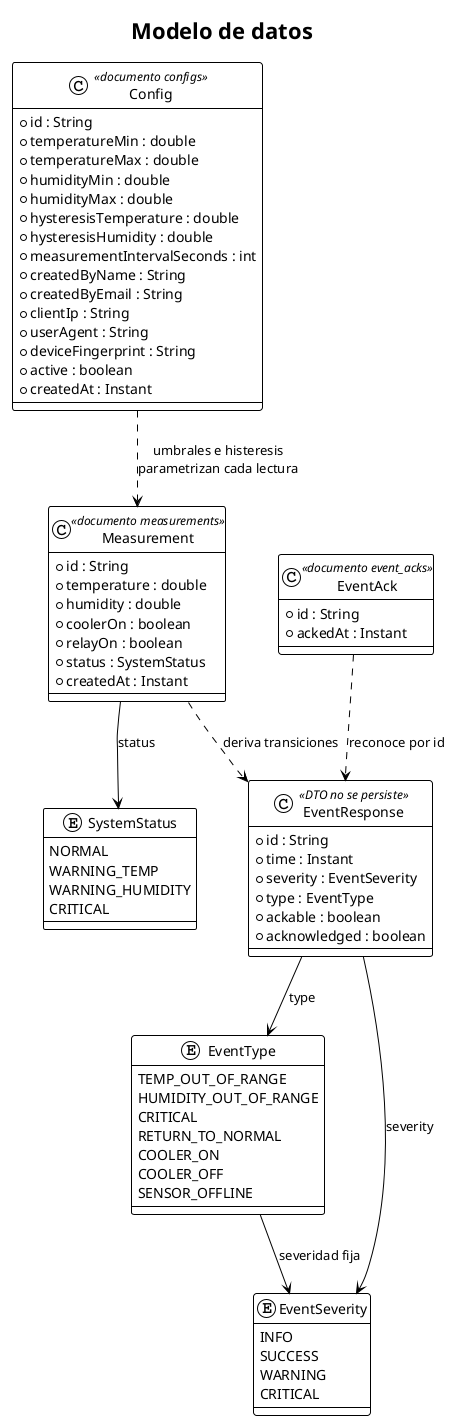
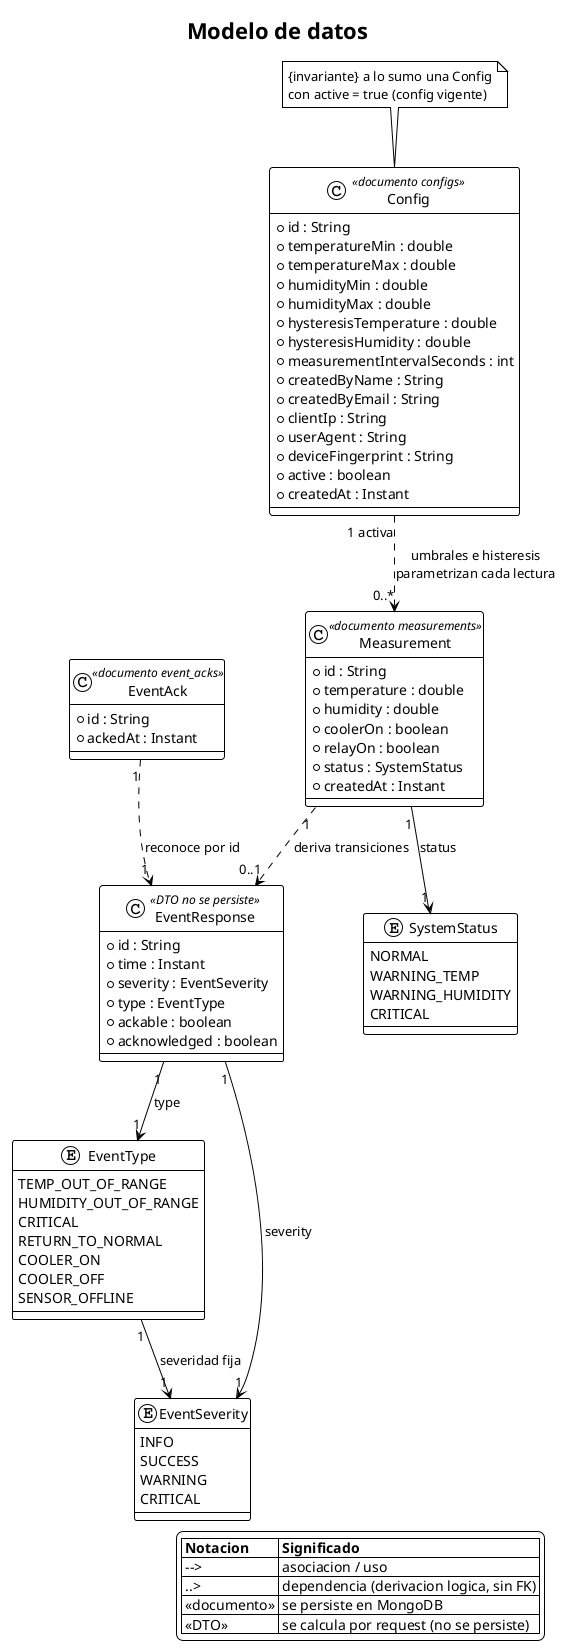
@startuml class_model
!theme plain
skinparam backgroundColor #FFFFFF
skinparam shadowing false
' Diagrama de clases (UML) — modelo de datos: documentos persistidos, DTO derivado y enums.
title Modelo de datos

class Config <<documento configs>> {
  +id : String
  +temperatureMin : double
  +temperatureMax : double
  +humidityMin : double
  +humidityMax : double
  +hysteresisTemperature : double
  +hysteresisHumidity : double
  +measurementIntervalSeconds : int
  +createdByName : String
  +createdByEmail : String
  +clientIp : String
  +userAgent : String
  +deviceFingerprint : String
  +active : boolean
  +createdAt : Instant
}

class Measurement <<documento measurements>> {
  +id : String
  +temperature : double
  +humidity : double
  +coolerOn : boolean
  +relayOn : boolean
  +status : SystemStatus
  +createdAt : Instant
}

class EventAck <<documento event_acks>> {
  +id : String
  +ackedAt : Instant
}

class EventResponse <<DTO no se persiste>> {
  +id : String
  +time : Instant
  +severity : EventSeverity
  +type : EventType
  +ackable : boolean
  +acknowledged : boolean
}

enum SystemStatus {
  NORMAL
  WARNING_TEMP
  WARNING_HUMIDITY
  CRITICAL
}

enum EventType {
  TEMP_OUT_OF_RANGE
  HUMIDITY_OUT_OF_RANGE
  CRITICAL
  RETURN_TO_NORMAL
  COOLER_ON
  COOLER_OFF
  SENSOR_OFFLINE
}

enum EventSeverity {
  INFO
  SUCCESS
  WARNING
  CRITICAL
}

- Config ..> Measurement : umbrales e histeresis\nparametrizan cada lectura
- Measurement --> SystemStatus : status
- Measurement ..> EventResponse : deriva transiciones
- EventAck ..> EventResponse : reconoce por id
- EventResponse --> EventType : type
- EventResponse --> EventSeverity : severity
- EventType --> EventSeverity : severidad fija
+ Config "1 activa" ..> "0..*" Measurement : umbrales e histeresis\nparametrizan cada lectura
+ Measurement "1" --> "1" SystemStatus : status
+ Measurement "1" ..> "0..1" EventResponse : deriva transiciones
+ EventAck "1" ..> "1" EventResponse : reconoce por id
+ EventResponse "1" --> "1" EventType : type
+ EventResponse "1" --> "1" EventSeverity : severity
+ EventType "1" --> "1" EventSeverity : severidad fija
+ 
+ note top of Config
+   {invariante} a lo sumo una Config
+   con active = true (config vigente)
+ end note
+ 
+ legend right
+   |= Notacion |= Significado |
+   | --> | asociacion / uso |
+   | ..> | dependencia (derivacion logica, sin FK) |
+   | «documento» | se persiste en MongoDB |
+   | «DTO» | se calcula por request (no se persiste) |
+ endlegend
@enduml
